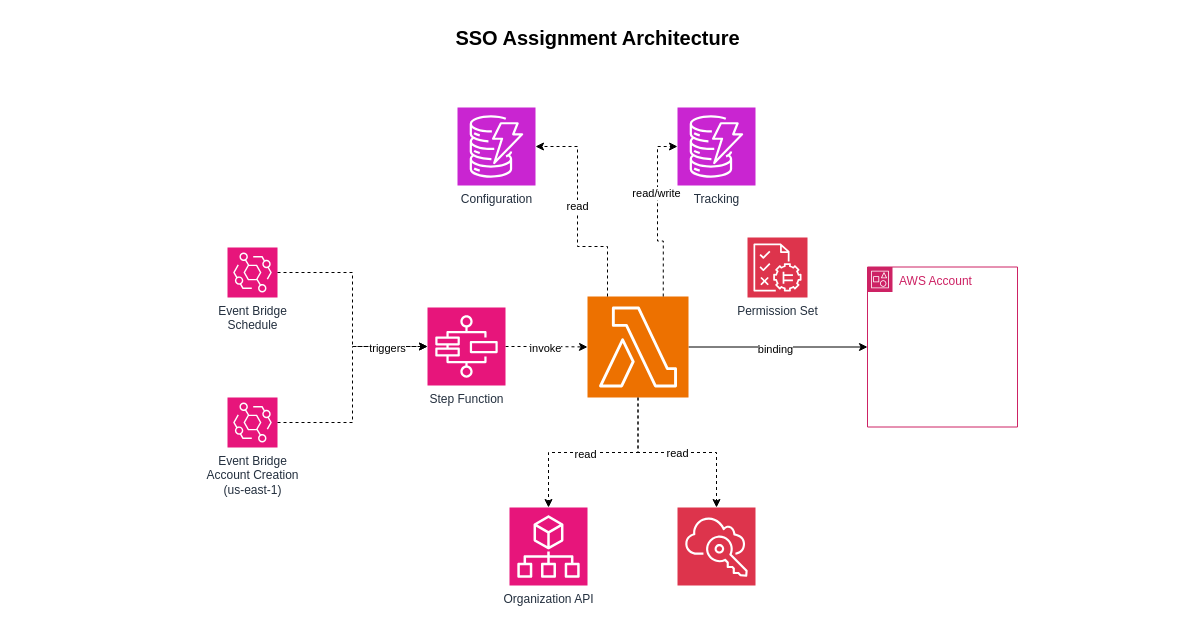
The draw.io diagram docs/aws-sso-assignment-architecture.drawio in appvia/terraform-aws-sso-assignment, before the edit. Source tidied: cells renumbered, new cells numbered last; positions are measured from the earlier drawing's top-left corner, leaving out a move shared by most shapes. Both pictures are drawn from the tidied source at 100%, with x=0, y=0 at pixel (17, 17).
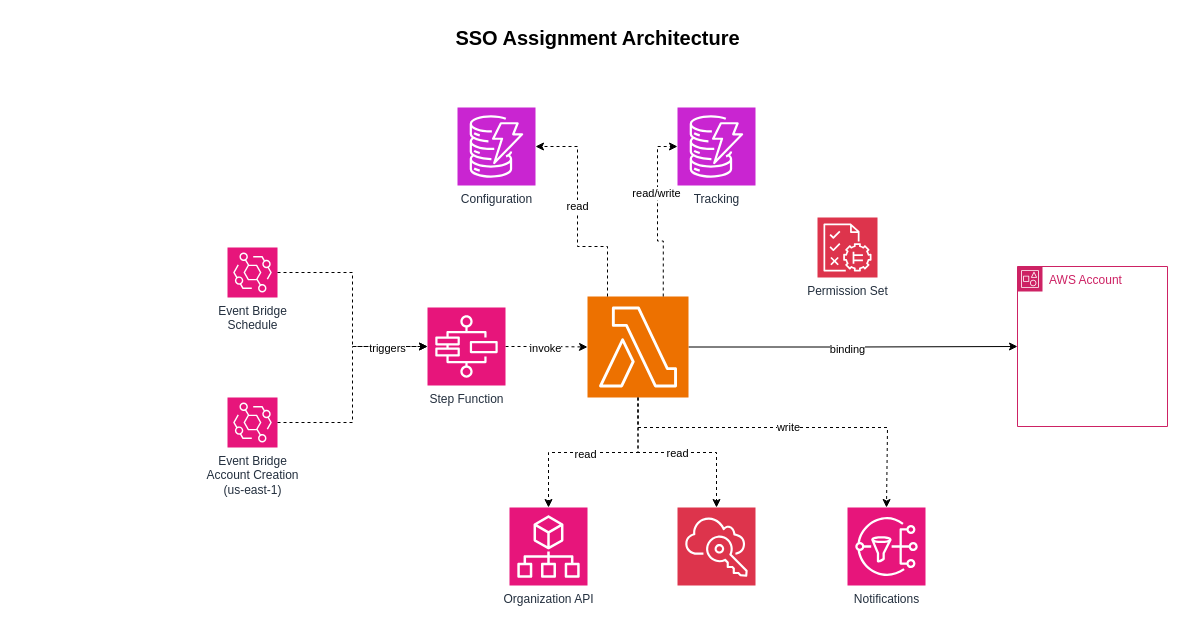
The same diagram, later.

Commit message (it also covers changes not shown here):
docs: updated the architectura diagram to include sns

The change refers to these unchanged cells:
```xml
<mxCell id="15" style="sketch=0;points=[[0,0,0],[0.25,0,0],[0.5,0,0],[0.75,0,0],[1,0,0],[0,1,0],[0.25,1,0],[0.5,1,0],[0.75,1,0],[1,1,0],[0,0.25,0],[0,0.5,0],[0,0.75,0],[1,0.25,0],[1,0.5,0],[1,0.75,0]];outlineConnect=0;fontColor=#232F3E;fillColor=#ED7100;strokeColor=#ffffff;dashed=0;verticalLabelPosition=bottom;verticalAlign=top;align=center;html=1;fontSize=12;fontStyle=0;shape=mxgraph.aws4.resourceIcon;resIcon=mxgraph.aws4.lambda;" parent="1" vertex="1">
  <mxGeometry x="570" y="279" width="101" height="101" as="geometry" />
</mxCell>
```

The edit, as a diff of the source:
```diff
@@
     <mxCell id="26" value="AWS Account" style="points=[[0,0],[0.25,0],[0.5,0],[0.75,0],[1,0],[1,0.25],[1,0.5],[1,0.75],[1,1],[0.75,1],[0.5,1],[0.25,1],[0,1],[0,0.75],[0,0.5],[0,0.25]];outlineConnect=0;gradientColor=none;html=1;whiteSpace=wrap;fontSize=12;fontStyle=0;shape=mxgraph.aws4.group;grIcon=mxgraph.aws4.group_account;strokeColor=#CD2264;fillColor=none;verticalAlign=top;align=left;spacingLeft=30;fontColor=#CD2264;dashed=0;" parent="1" vertex="1">
-      <mxGeometry x="850" y="249.5" width="150" height="160" as="geometry" />
+      <mxGeometry x="1000" y="249" width="150" height="160" as="geometry" />
     </mxCell>
     <mxCell id="27" value="Permission Set" style="sketch=0;fontColor=#232F3E;fillColor=#DD344C;strokeColor=#ffffff;dashed=0;verticalLabelPosition=bottom;verticalAlign=top;align=center;html=1;fontSize=12;fontStyle=0;shape=mxgraph.aws4.resourceIcon;resIcon=mxgraph.aws4.verified_permissions;" parent="1" vertex="1">
-      <mxGeometry x="730" y="220" width="60" height="60" as="geometry" />
+      <mxGeometry x="800" y="200" width="60" height="60" as="geometry" />
     </mxCell>
+    <mxCell id="28" value="Notifications" style="sketch=0;points=[[0,0,0],[0.25,0,0],[0.5,0,0],[0.75,0,0],[1,0,0],[0,1,0],[0.25,1,0],[0.5,1,0],[0.75,1,0],[1,1,0],[0,0.25,0],[0,0.5,0],[0,0.75,0],[1,0.25,0],[1,0.5,0],[1,0.75,0]];outlineConnect=0;fontColor=#232F3E;fillColor=#E7157B;strokeColor=#ffffff;dashed=0;verticalLabelPosition=bottom;verticalAlign=top;align=center;html=1;fontSize=12;fontStyle=0;shape=mxgraph.aws4.resourceIcon;resIcon=mxgraph.aws4.sns;" parent="1" vertex="1">
+      <mxGeometry x="830" y="490" width="78" height="78" as="geometry" />
+    </mxCell>
+    <mxCell id="29" value="write" style="edgeStyle=orthogonalEdgeStyle;rounded=0;jettySize=auto;html=1;entryX=0.5;entryY=0;entryDx=0;entryDy=0;entryPerimeter=0;dashed=1;" parent="1" edge="1" source="15" target="28">
+      <mxGeometry relative="1" as="geometry">
+        <Array as="points">
+          <mxPoint x="621" y="410" />
+          <mxPoint x="870" y="410" />
+        </Array>
+      </mxGeometry>
+    </mxCell>
```
